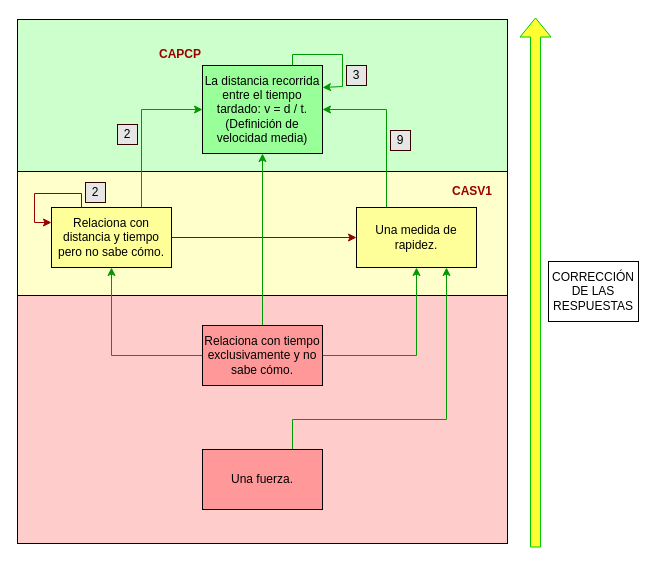
eduLikesPringles/MFPES keeps this draw.io diagram as PRACTICUM/vel.drawio. Above is the earlier version. Source tidied: cells renumbered, new cells numbered last; positions are measured from the earlier drawing's top-left corner, leaving out a move shared by most shapes. Both pictures are drawn from the tidied source at 100%, with x=0, y=0 at pixel (17, 17).
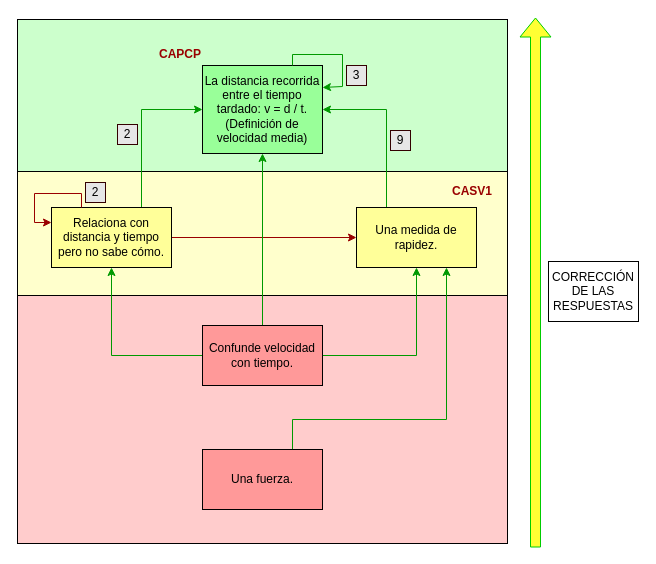
After the change.

Diff of the diagram source:
```diff
@@
-    <mxCell id="11" value="Relaciona con tiempo exclusivamente y no sabe cómo." style="rounded=0;whiteSpace=wrap;html=1;fillColor=#FF9999;" parent="1" vertex="1">
+    <mxCell id="11" value="Confunde velocidad con tiempo." style="rounded=0;whiteSpace=wrap;html=1;fillColor=#FF9999;" parent="1" vertex="1">
       <mxGeometry x="185" y="308" width="120" height="60" as="geometry" />
     </mxCell>
```
